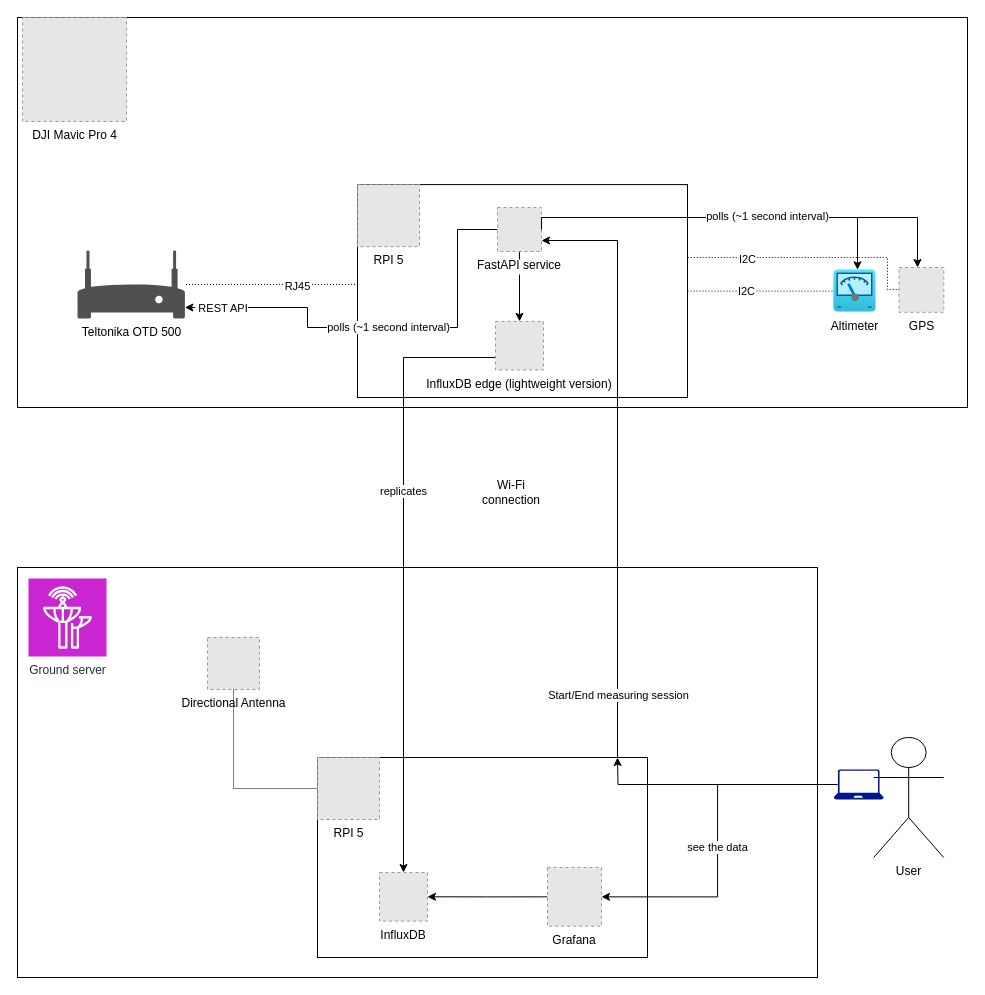
JersyJ/cellmeter keeps this draw.io diagram as docs/architecture.drawio. Above is the earlier version. Source tidied: cells renumbered, new cells numbered last; positions are measured from the earlier drawing's top-left corner, leaving out a move shared by most shapes. Both pictures are drawn from the tidied source at 100%, with x=0, y=0 at pixel (17, 17). Pictures stored in the file or linked from it are replaced by grey dashed boxes.
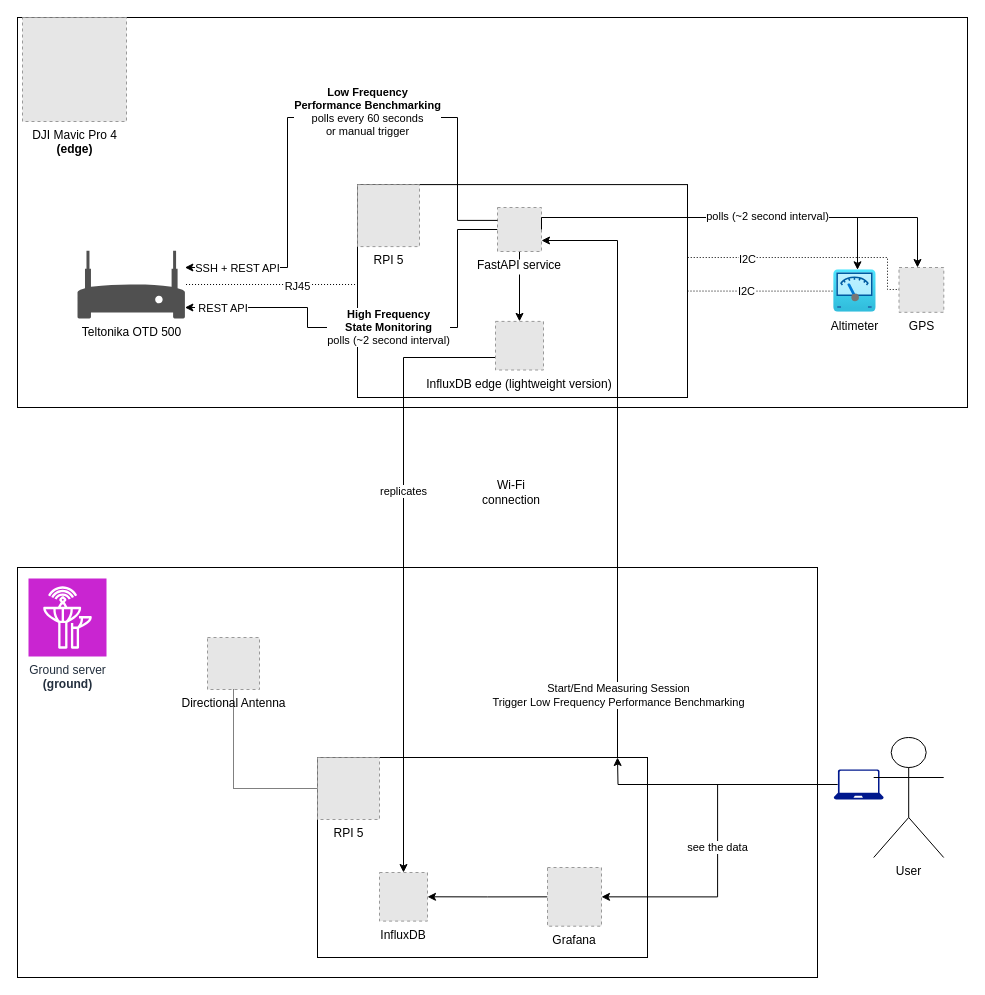
Above is the later version.

The change refers to these unchanged cells:
```xml
<mxCell id="7" value="Teltonika OTD 500&lt;div&gt;&lt;br&gt;&lt;/div&gt;" style="sketch=0;shadow=0;dashed=0;html=1;strokeColor=none;fillColor=#505050;labelPosition=center;verticalLabelPosition=bottom;verticalAlign=top;outlineConnect=0;align=center;shape=mxgraph.office.devices.modem;" parent="1" vertex="1">
  <mxGeometry x="60" y="233.2" width="107.4" height="67.7" as="geometry" />
</mxCell>
<mxCell id="16" style="edgeStyle=orthogonalEdgeStyle;rounded=0;jettySize=auto;html=1;" parent="1" edge="1" source="21" target="7">
  <mxGeometry relative="1" as="geometry">
    <Array as="points">
      <mxPoint x="440" y="212" />
      <mxPoint x="440" y="310" />
      <mxPoint x="290" y="310" />
      <mxPoint x="290" y="290" />
    </Array>
  </mxGeometry>
</mxCell>
<mxCell id="22" style="edgeStyle=orthogonalEdgeStyle;rounded=0;jettySize=auto;html=1;exitX=0.75;exitY=0;exitDx=0;exitDy=0;entryX=1;entryY=0.75;entryDx=0;entryDy=0;" parent="1" edge="1" source="24" target="21">
  <mxGeometry relative="1" as="geometry">
    <Array as="points">
      <mxPoint x="600" y="740" />
      <mxPoint x="600" y="223" />
    </Array>
  </mxGeometry>
</mxCell>
<mxCell id="40" style="edgeStyle=orthogonalEdgeStyle;rounded=0;jettySize=auto;html=1;exitX=1;exitY=0.5;exitDx=0;exitDy=0;" parent="1" edge="1" source="21" target="13">
  <mxGeometry relative="1" as="geometry">
    <Array as="points">
      <mxPoint x="524" y="200" />
      <mxPoint x="840" y="200" />
    </Array>
  </mxGeometry>
</mxCell>
```

What changed in the source:
```diff
@@
-    <mxCell id="6" value="DJI Mavic Pro 4" style="fillColor=#E6E6E6;strokeColor=#999999;dashed=1;html=1;verticalAlign=top;verticalLabelPosition=bottom;labelBackgroundColor=#ffffff;" parent="1" vertex="1">
+    <mxCell id="6" value="DJI Mavic Pro 4&lt;br&gt;&lt;b&gt;(edge)&lt;/b&gt;" style="fillColor=#E6E6E6;strokeColor=#999999;dashed=1;html=1;verticalAlign=top;verticalLabelPosition=bottom;labelBackgroundColor=#ffffff;" parent="1" vertex="1">
       <mxGeometry x="5" width="104" height="104" as="geometry" />
     </mxCell>
@@
-    <mxCell id="18" value="polls (~1 second interval)" style="edgeLabel;html=1;align=center;verticalAlign=middle;" parent="16" vertex="1">
+    <mxCell id="18" value="&lt;b&gt;High Frequency &lt;br&gt;State Monitoring&lt;/b&gt;&lt;br&gt;polls (~2 second interval)" style="edgeLabel;html=1;align=center;verticalAlign=middle;" parent="16" vertex="1">
       <mxGeometry x="-0.8" y="-1" relative="1" as="geometry">
         <mxPoint x="-69" y="94" as="offset" />
       </mxGeometry>
     </mxCell>
@@
-    <mxCell id="23" value="Start/End measuring session" style="edgeLabel;html=1;align=center;verticalAlign=middle;" parent="22" vertex="1">
+    <mxCell id="23" value="Start/End Measuring Session&lt;br&gt;Trigger Low Frequency Performance Benchmarking" style="edgeLabel;html=1;align=center;verticalAlign=middle;" parent="22" vertex="1">
       <mxGeometry x="-0.64" relative="1" as="geometry">
         <mxPoint y="1" as="offset" />
       </mxGeometry>
     </mxCell>
@@
-    <mxCell id="27" value="Ground server" style="sketch=0;fontColor=#232F3E;fillColor=#C925D1;strokeColor=#ffffff;dashed=0;verticalLabelPosition=bottom;verticalAlign=top;align=center;html=1;fontSize=12;fontStyle=0;shape=mxgraph.aws4.resourceIcon;resIcon=mxgraph.aws4.ground_station;" parent="1" vertex="1">
+    <mxCell id="27" value="Ground server&lt;br&gt;&lt;b&gt;(ground)&lt;/b&gt;" style="sketch=0;fontColor=#232F3E;fillColor=#C925D1;strokeColor=#ffffff;dashed=0;verticalLabelPosition=bottom;verticalAlign=top;align=center;html=1;fontSize=12;fontStyle=0;shape=mxgraph.aws4.resourceIcon;resIcon=mxgraph.aws4.ground_station;" parent="1" vertex="1">
       <mxGeometry x="11" y="561" width="78" height="78" as="geometry" />
     </mxCell>
@@
-    <mxCell id="41" value="polls (~1 second interval)" style="edgeLabel;html=1;align=center;verticalAlign=middle;" parent="40" vertex="1">
+    <mxCell id="41" value="polls (~2 second interval)" style="edgeLabel;html=1;align=center;verticalAlign=middle;" parent="40" vertex="1">
       <mxGeometry x="-0.01" y="-3" relative="1" as="geometry">
         <mxPoint x="49" y="-5" as="offset" />
       </mxGeometry>
     </mxCell>
@@
+    <mxCell id="43" style="edgeStyle=orthogonalEdgeStyle;rounded=0;jettySize=auto;html=1;" parent="1" edge="1" target="7">
+      <mxGeometry relative="1" as="geometry">
+        <mxPoint x="480" y="202.9" as="sourcePoint" />
+        <Array as="points">
+          <mxPoint x="440" y="203" />
+          <mxPoint x="440" y="100" />
+          <mxPoint x="270" y="100" />
+          <mxPoint x="270" y="250" />
+        </Array>
+      </mxGeometry>
+    </mxCell>
+    <mxCell id="44" value="SSH + REST API" style="edgeLabel;html=1;align=center;verticalAlign=middle;" parent="43" vertex="1">
+      <mxGeometry x="0.91" relative="1" as="geometry">
+        <mxPoint x="27" as="offset" />
+      </mxGeometry>
+    </mxCell>
+    <mxCell id="45" value="&lt;b&gt;Low Frequency&lt;br&gt;Performance Benchmarking&lt;/b&gt;&lt;br&gt;polls every 60 seconds&lt;br&gt;or manual trigger&lt;div&gt;&lt;br&gt;&lt;/div&gt;" style="edgeLabel;html=1;align=center;verticalAlign=middle;labelBackgroundColor=default;" parent="43" vertex="1">
+      <mxGeometry x="-0.16" relative="1" as="geometry">
+        <mxPoint x="5" as="offset" />
+      </mxGeometry>
+    </mxCell>
```
